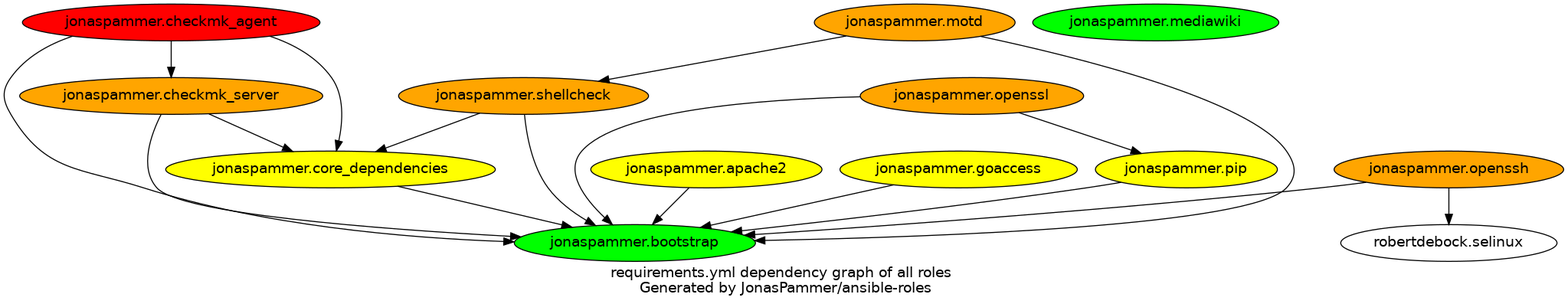
The Graphviz diagram graphs/dependencies_ALL.png in JonasPammer/ansible-roles, before a commit. Its source is kept beside it as graphs/dependencies_ALL.dot.
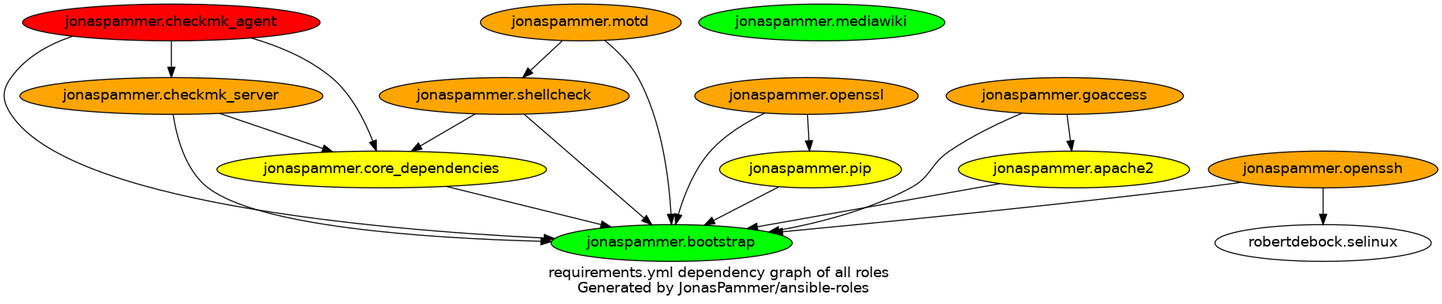
The same file after the commit.

Change to the diagram source:
```diff
@@ -12,7 +12,7 @@
     "jonaspammer.motd" [fillcolor=orange style=filled]
     "jonaspammer.apache2" [fillcolor=yellow style=filled]
     "jonaspammer.openssl" [fillcolor=orange style=filled]
-    "jonaspammer.goaccess" [fillcolor=yellow style=filled]
+    "jonaspammer.goaccess" [fillcolor=orange style=filled]
     "jonaspammer.mediawiki" [fillcolor=green style=filled]
   }
 
@@ -26,5 +26,5 @@
   "jonaspammer.motd" -> {"jonaspammer.bootstrap" "jonaspammer.shellcheck"}
   "jonaspammer.apache2" -> {"jonaspammer.bootstrap"}
   "jonaspammer.openssl" -> {"jonaspammer.pip" "jonaspammer.bootstrap"}
-  "jonaspammer.goaccess" -> {"jonaspammer.bootstrap"}
+  "jonaspammer.goaccess" -> {"jonaspammer.bootstrap" "jonaspammer.apache2"}
 }
```
